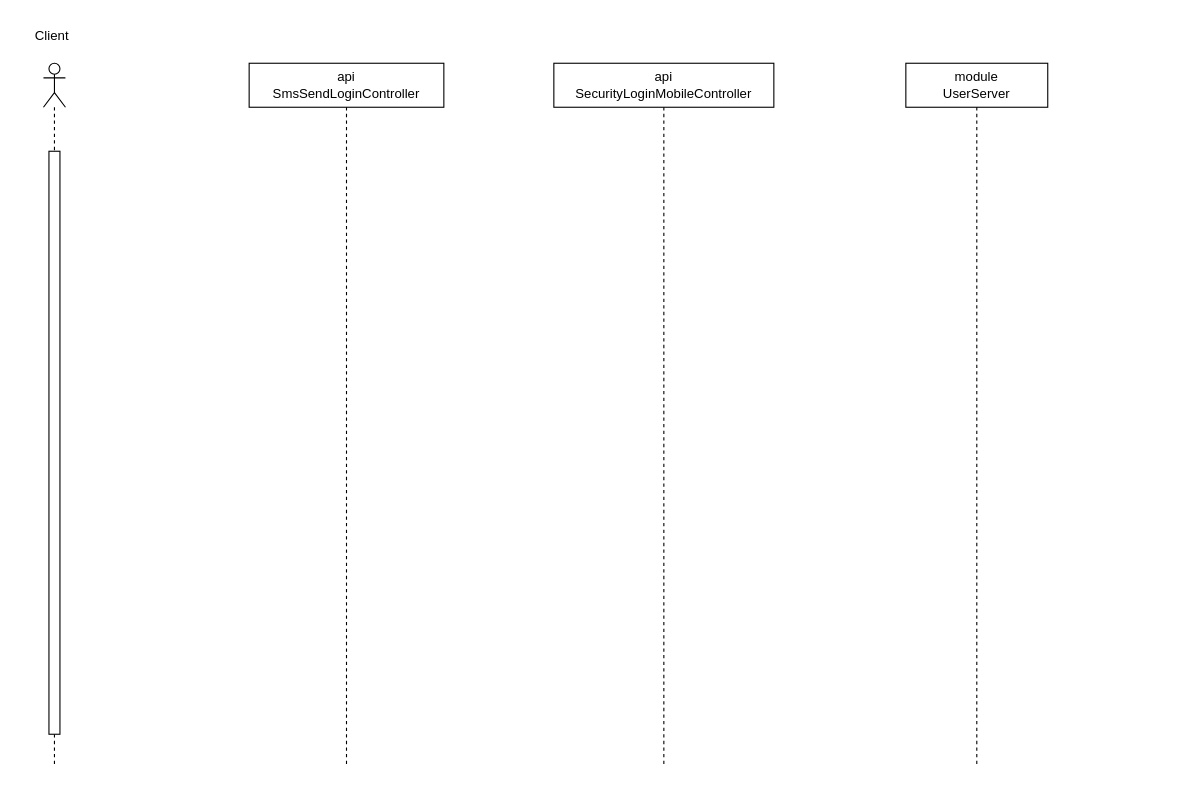
Before: 涛哥视频总结/手机号登录时序图.drawio in niuxiaocong/zongjie-picture, a draw.io diagram. Source tidied: cells renumbered, new cells numbered last; positions are measured from the earlier drawing's top-left corner, leaving out a move shared by most shapes. Both pictures are drawn from the tidied source at 110%, with x=0, y=0 at pixel (19, 19).
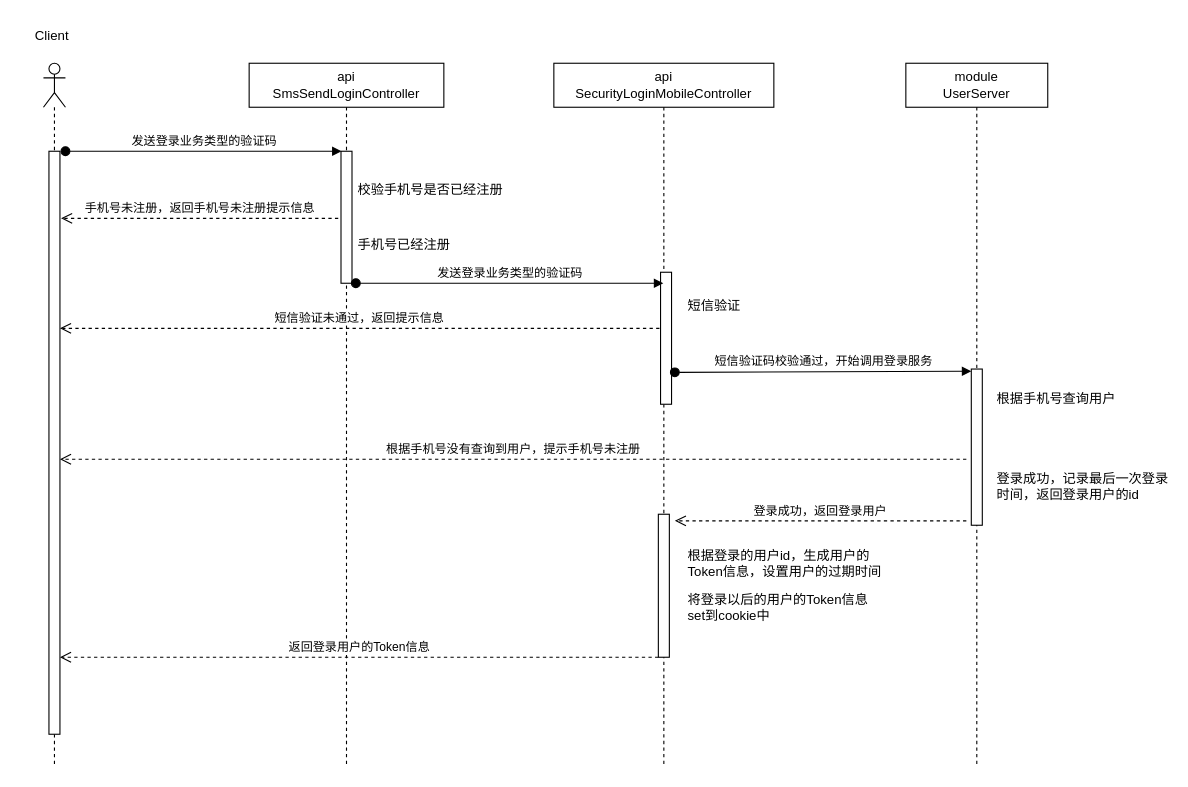
Above is the later version.

Commit message (it also covers changes not shown here):
手机号登录时序图.drawio

Unchanged cells that the change refers to:
```xml
<mxCell id="2" value="api&lt;br&gt;SmsSendLoginController" style="shape=umlLifeline;perimeter=lifelinePerimeter;whiteSpace=wrap;html=1;newEdgeStyle={&quot;curved&quot;:0,&quot;rounded&quot;:0};" parent="1" vertex="1">
  <mxGeometry x="209" y="40" width="177" height="640" as="geometry" />
</mxCell>
<mxCell id="4" style="html=1;points=[[0,0,0,0,5],[0,1,0,0,-5],[1,0,0,0,5],[1,1,0,0,-5]];perimeter=orthogonalPerimeter;outlineConnect=0;targetShapes=umlLifeline;portConstraint=eastwest;newEdgeStyle={&quot;curved&quot;:0,&quot;rounded&quot;:0};" parent="3" vertex="1">
  <mxGeometry x="5" y="80" width="10" height="530" as="geometry" />
</mxCell>
<mxCell id="5" value="module&lt;br&gt;UserServer" style="shape=umlLifeline;perimeter=lifelinePerimeter;whiteSpace=wrap;html=1;newEdgeStyle={&quot;curved&quot;:0,&quot;rounded&quot;:0};" parent="1" vertex="1">
  <mxGeometry x="806" y="40" width="129" height="640" as="geometry" />
</mxCell>
<mxCell id="7" value="api&lt;br&gt;SecurityLoginMobileController" style="shape=umlLifeline;perimeter=lifelinePerimeter;whiteSpace=wrap;html=1;outlineConnect=0;portConstraint=eastwest;newEdgeStyle={&quot;curved&quot;:0,&quot;rounded&quot;:0};" parent="1" vertex="1">
  <mxGeometry x="486" y="40" width="200" height="640" as="geometry" />
</mxCell>
```

Diff of the diagram source:
```diff
@@
+    <mxCell id="8" style="html=1;perimeter=orthogonalPerimeter;targetShapes=umlLifeline;newEdgeStyle={&quot;curved&quot;:0,&quot;rounded&quot;:0};" parent="2" vertex="1">
+      <mxGeometry x="83.5" y="80" width="10" height="120" as="geometry" />
+    </mxCell>
@@
+    <mxCell id="9" style="html=1;perimeter=orthogonalPerimeter;targetShapes=umlLifeline;newEdgeStyle={&quot;curved&quot;:0,&quot;rounded&quot;:0};" parent="5" vertex="1">
+      <mxGeometry x="59.5" y="278" width="10" height="142" as="geometry" />
+    </mxCell>
@@
+    <mxCell id="10" style="html=1;perimeter=orthogonalPerimeter;targetShapes=umlLifeline;newEdgeStyle={&quot;curved&quot;:0,&quot;rounded&quot;:0};" parent="7" vertex="1">
+      <mxGeometry x="97" y="190" width="10" height="120" as="geometry" />
+    </mxCell>
+    <mxCell id="11" style="html=1;perimeter=orthogonalPerimeter;targetShapes=umlLifeline;newEdgeStyle={&quot;curved&quot;:0,&quot;rounded&quot;:0};" parent="7" vertex="1">
+      <mxGeometry x="95" y="410" width="10" height="130" as="geometry" />
+    </mxCell>
+    <mxCell id="12" value="发送登录业务类型的验证码" style="html=1;verticalAlign=bottom;startArrow=oval;startFill=1;endArrow=block;startSize=8;curved=0;rounded=0;" parent="1" edge="1">
+      <mxGeometry relative="1" as="geometry">
+        <mxPoint x="42" y="120" as="sourcePoint" />
+        <mxPoint x="293" y="120" as="targetPoint" />
+      </mxGeometry>
+    </mxCell>
+    <mxCell id="13" value="校验手机号是否已经注册" style="text;html=1;strokeColor=none;fillColor=none;align=left;verticalAlign=middle;whiteSpace=wrap;rounded=0;" parent="1" vertex="1">
+      <mxGeometry x="306" y="140" width="140" height="30" as="geometry" />
+    </mxCell>
+    <mxCell id="14" value="手机号未注册，返回手机号未注册提示信息" style="html=1;verticalAlign=bottom;endArrow=open;dashed=1;endSize=8;curved=0;rounded=0;" parent="1" edge="1">
+      <mxGeometry relative="1" as="geometry">
+        <mxPoint x="290" y="181" as="sourcePoint" />
+        <mxPoint x="38" y="181" as="targetPoint" />
+      </mxGeometry>
+    </mxCell>
+    <mxCell id="15" value="手机号已经注册" style="text;html=1;strokeColor=none;fillColor=none;align=left;verticalAlign=middle;whiteSpace=wrap;rounded=0;" parent="1" vertex="1">
+      <mxGeometry x="306" y="190" width="140" height="30" as="geometry" />
+    </mxCell>
+    <mxCell id="16" value="发送登录业务类型的验证码" style="html=1;verticalAlign=bottom;startArrow=oval;startFill=1;endArrow=block;startSize=8;curved=0;rounded=0;" parent="1" edge="1" target="7">
+      <mxGeometry relative="1" as="geometry">
+        <mxPoint x="306" y="240" as="sourcePoint" />
+      </mxGeometry>
+    </mxCell>
+    <mxCell id="17" value="短信验证" style="text;html=1;strokeColor=none;fillColor=none;align=left;verticalAlign=middle;whiteSpace=wrap;rounded=0;" parent="1" vertex="1">
+      <mxGeometry x="606" y="246" width="140" height="30" as="geometry" />
+    </mxCell>
+    <mxCell id="18" value="短信验证未通过，返回提示信息" style="html=1;verticalAlign=bottom;endArrow=open;dashed=1;endSize=8;curved=0;rounded=0;" parent="1" edge="1">
+      <mxGeometry relative="1" as="geometry">
+        <mxPoint x="582" y="281" as="sourcePoint" />
+        <mxPoint x="37" y="281" as="targetPoint" />
+      </mxGeometry>
+    </mxCell>
+    <mxCell id="19" value="短信验证码校验通过，开始调用登录服务" style="html=1;verticalAlign=bottom;startArrow=oval;startFill=1;endArrow=block;startSize=8;curved=0;rounded=0;entryX=0;entryY=0;entryDx=0;entryDy=5;entryPerimeter=0;" parent="1" edge="1">
+      <mxGeometry relative="1" as="geometry">
+        <mxPoint x="596" y="321" as="sourcePoint" />
+        <mxPoint x="865.5" y="320" as="targetPoint" />
+      </mxGeometry>
+    </mxCell>
+    <mxCell id="20" value="根据手机号查询用户" style="text;html=1;strokeColor=none;fillColor=none;align=left;verticalAlign=middle;whiteSpace=wrap;rounded=0;" parent="1" vertex="1">
+      <mxGeometry x="887" y="330" width="140" height="30" as="geometry" />
+    </mxCell>
+    <mxCell id="21" value="根据手机号没有查询到用户，提示手机号未注册" style="html=1;verticalAlign=bottom;endArrow=open;dashed=1;endSize=8;curved=0;rounded=0;" parent="1" edge="1" target="4">
+      <mxGeometry relative="1" as="geometry">
+        <mxPoint x="861" y="400" as="sourcePoint" />
+      </mxGeometry>
+    </mxCell>
+    <mxCell id="22" value="登录成功，返回登录用户" style="html=1;verticalAlign=bottom;endArrow=open;dashed=1;endSize=8;curved=0;rounded=0;" parent="1" edge="1">
+      <mxGeometry relative="1" as="geometry">
+        <mxPoint x="861" y="456" as="sourcePoint" />
+        <mxPoint x="596" y="456" as="targetPoint" />
+      </mxGeometry>
+    </mxCell>
+    <mxCell id="23" value="登录成功，记录最后一次登录时间，返回登录用户的id" style="text;html=1;strokeColor=none;fillColor=none;align=left;verticalAlign=middle;whiteSpace=wrap;rounded=0;" parent="1" vertex="1">
+      <mxGeometry x="887" y="410" width="159" height="30" as="geometry" />
+    </mxCell>
+    <mxCell id="24" value="根据登录的用户id，生成用户的Token信息，设置用户的过期时间" style="text;html=1;strokeColor=none;fillColor=none;align=left;verticalAlign=middle;whiteSpace=wrap;rounded=0;" parent="1" vertex="1">
+      <mxGeometry x="606" y="480" width="180" height="30" as="geometry" />
+    </mxCell>
+    <mxCell id="25" value="将登录以后的用户的Token信息set到cookie中" style="text;html=1;strokeColor=none;fillColor=none;align=left;verticalAlign=middle;whiteSpace=wrap;rounded=0;" parent="1" vertex="1">
+      <mxGeometry x="606" y="520" width="180" height="30" as="geometry" />
+    </mxCell>
+    <mxCell id="26" value="返回登录用户的Token信息" style="html=1;verticalAlign=bottom;endArrow=open;dashed=1;endSize=8;curved=0;rounded=0;" parent="1" edge="1" target="4">
+      <mxGeometry relative="1" as="geometry">
+        <mxPoint x="581" y="580" as="sourcePoint" />
+      </mxGeometry>
+    </mxCell>
```
